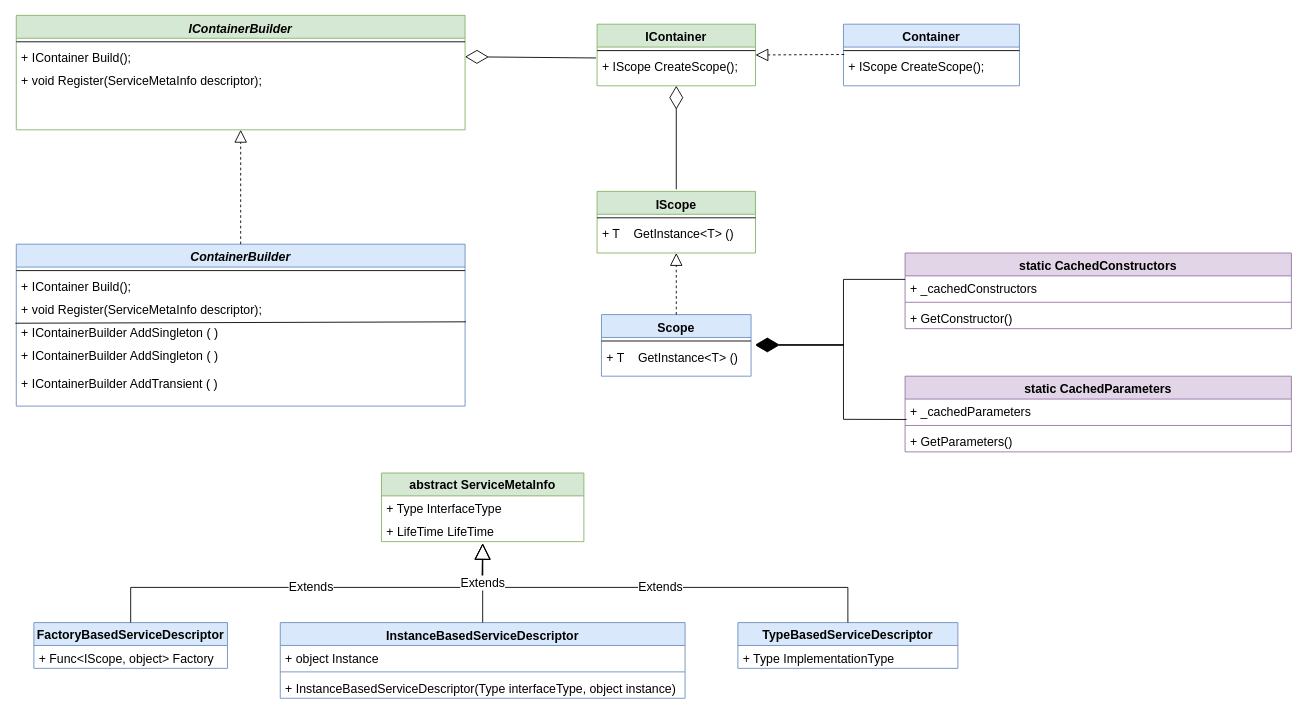
Earlier version of the draw.io diagram DIContainer.drawio (Annarimma/JustDependencyInjectionContainer). Source tidied: cells renumbered, new cells numbered last; positions are measured from the earlier drawing's top-left corner, leaving out a move shared by most shapes. Both pictures are drawn from the tidied source at 88%, with x=0, y=0 at pixel (16, 15).
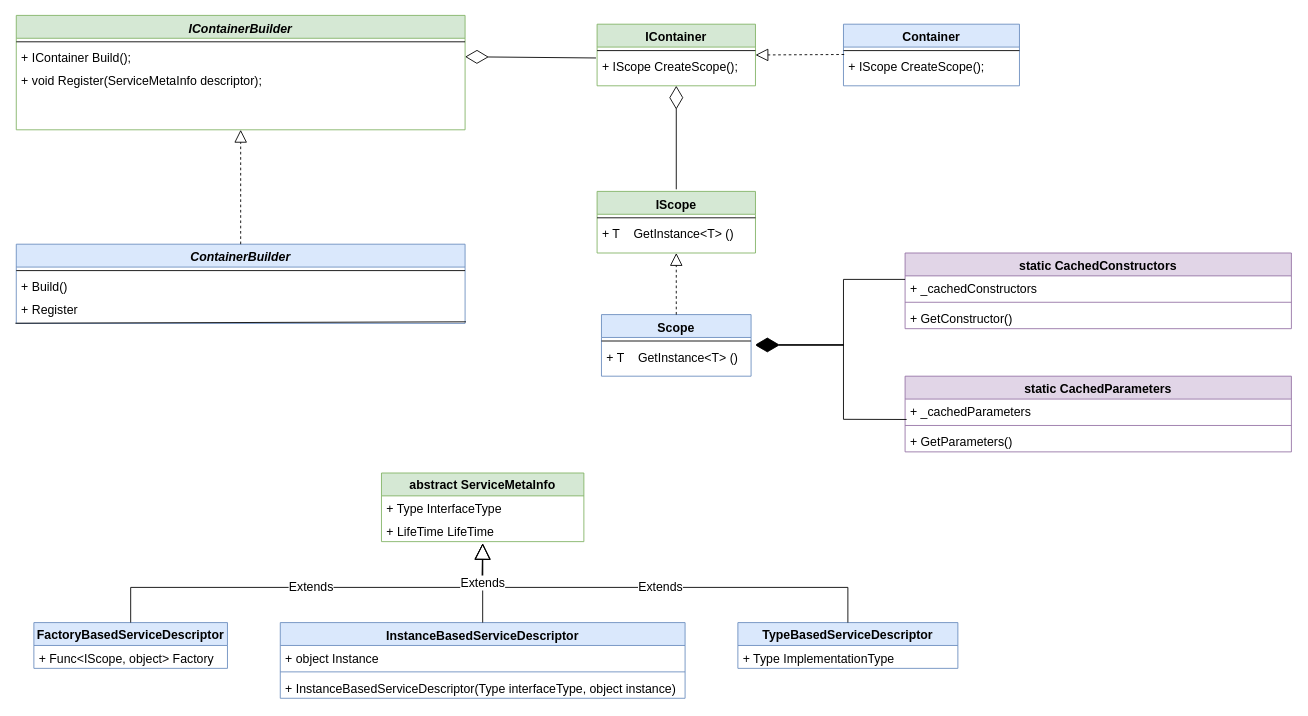
The same diagram, later.

What changed in the source:
```diff
@@
     <mxCell id="18" value="ContainerBuilder" style="swimlane;fontStyle=3;align=center;verticalAlign=top;horizontal=1;startSize=26;rounded=0;shadow=0;strokeWidth=1;fillColor=#dae8fc;strokeColor=#6c8ebf;spacing=2;fontSize=14;" parent="1" vertex="1">
-      <mxGeometry y="260" width="510" height="184" as="geometry" />
+      <mxGeometry y="260" width="510" height="90" as="geometry" />
     </mxCell>
@@
-    <mxCell id="20" value="+ IContainer Build();" style="text;align=left;verticalAlign=top;spacingLeft=4;spacingRight=4;overflow=hidden;fontStyle=0;fontSize=14;" parent="18" vertex="1">
+    <mxCell id="20" value="+ Build()" style="text;align=left;verticalAlign=top;spacingLeft=4;spacingRight=4;overflow=hidden;fontStyle=0;fontSize=14;" parent="18" vertex="1">
       <mxGeometry y="34" width="510" height="26" as="geometry" />
     </mxCell>
-    <mxCell id="21" value="+ void Register(ServiceMetaInfo descriptor);" style="text;align=left;verticalAlign=top;spacingLeft=4;spacingRight=4;overflow=hidden;rounded=0;shadow=0;html=0;fontStyle=0;fontSize=14;" parent="18" vertex="1">
+    <mxCell id="21" value="+ Register" style="text;align=left;verticalAlign=top;spacingLeft=4;spacingRight=4;overflow=hidden;rounded=0;shadow=0;html=0;fontStyle=0;fontSize=14;" parent="18" vertex="1">
       <mxGeometry y="60" width="510" height="26" as="geometry" />
     </mxCell>
-    <mxCell id="22" value="+ IContainerBuilder AddSingleton ( )" style="text;align=left;verticalAlign=top;spacingLeft=4;spacingRight=4;overflow=hidden;points=[[0,0.5],[1,0.5]];portConstraint=eastwest;rounded=0;shadow=0;html=0;fontStyle=0;fontSize=14;" parent="18" vertex="1">
-      <mxGeometry y="86" width="510" height="26" as="geometry" />
-    </mxCell>
-    <mxCell id="23" value="+ IContainerBuilder AddSingleton ( )" style="text;align=left;verticalAlign=top;spacingLeft=4;spacingRight=4;overflow=hidden;rounded=0;shadow=0;html=0;fontStyle=0;fontSize=14;" parent="18" vertex="1">
-      <mxGeometry y="112" width="510" height="32" as="geometry" />
-    </mxCell>
-    <mxCell id="24" value="+ IContainerBuilder AddTransient ( )&#10;" style="text;align=left;verticalAlign=top;spacingLeft=4;spacingRight=4;overflow=hidden;rounded=0;shadow=0;html=0;fontStyle=0;fontSize=14;" parent="18" vertex="1">
-      <mxGeometry y="144" width="510" height="40" as="geometry" />
-    </mxCell>
-    <mxCell id="25" style="endArrow=none;html=1;rounded=0;exitX=-0.002;exitY=0.146;exitDx=0;exitDy=0;exitPerimeter=0;entryX=1.002;entryY=0.085;entryDx=0;entryDy=0;entryPerimeter=0;" parent="18" edge="1" source="22" target="22">
-      <mxGeometry relative="1" as="geometry" />
+    <mxCell id="25" style="endArrow=none;html=1;rounded=0;exitX=-0.002;exitY=0.146;exitDx=0;exitDy=0;exitPerimeter=0;entryX=1.002;entryY=0.085;entryDx=0;entryDy=0;entryPerimeter=0;" parent="18" edge="1">
+      <mxGeometry relative="1" as="geometry">
+        <mxPoint x="-1" y="89.8" as="sourcePoint" />
+        <mxPoint x="511" y="88.2" as="targetPoint" />
+      </mxGeometry>
     </mxCell>
```
